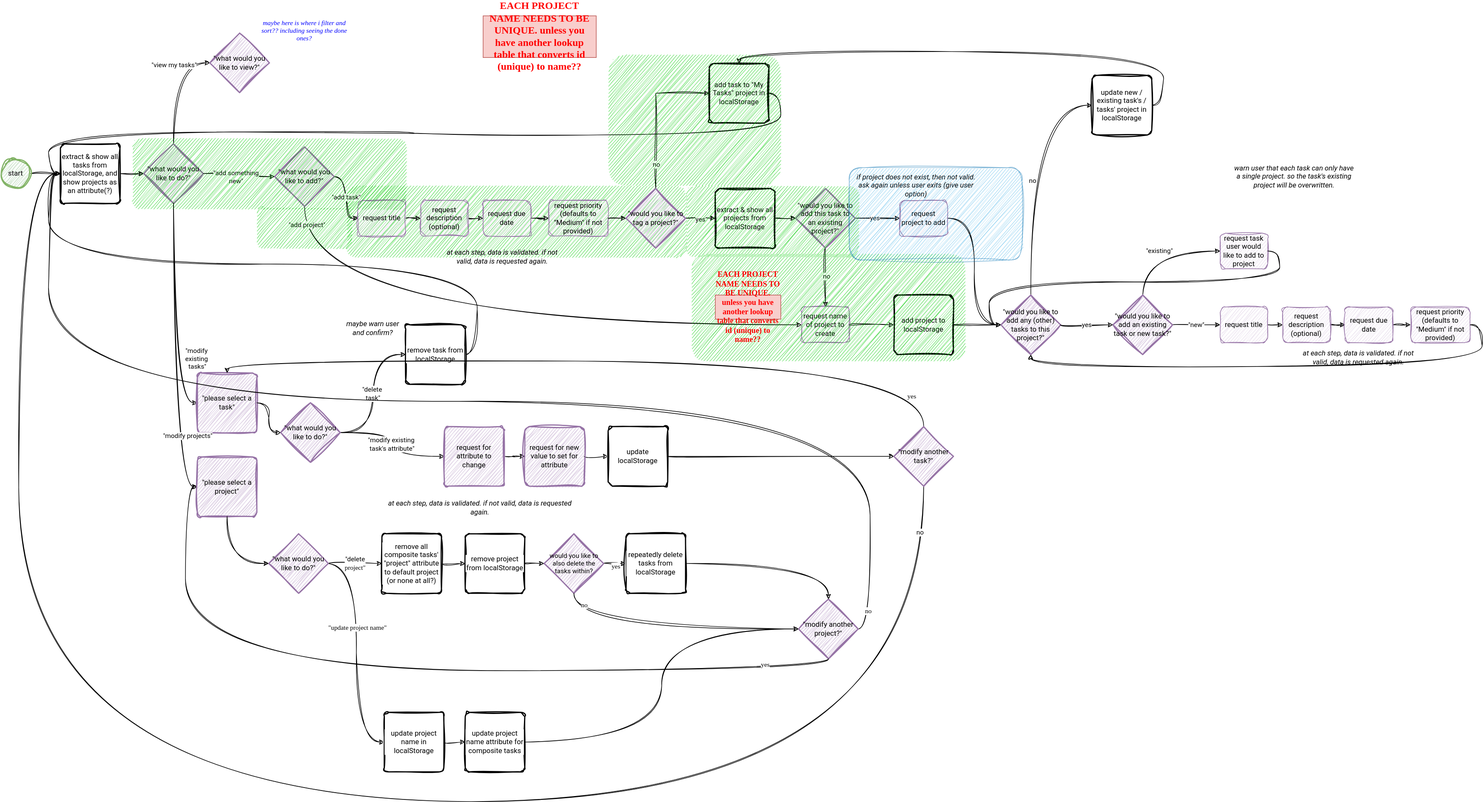
henrylin03/tasks keeps this draw.io diagram as docs/console-flow.svg. Above is the earlier version. Source tidied: cells renumbered, new cells last; positions are measured from the earlier drawing's top-left corner, leaving out a move shared by most shapes.
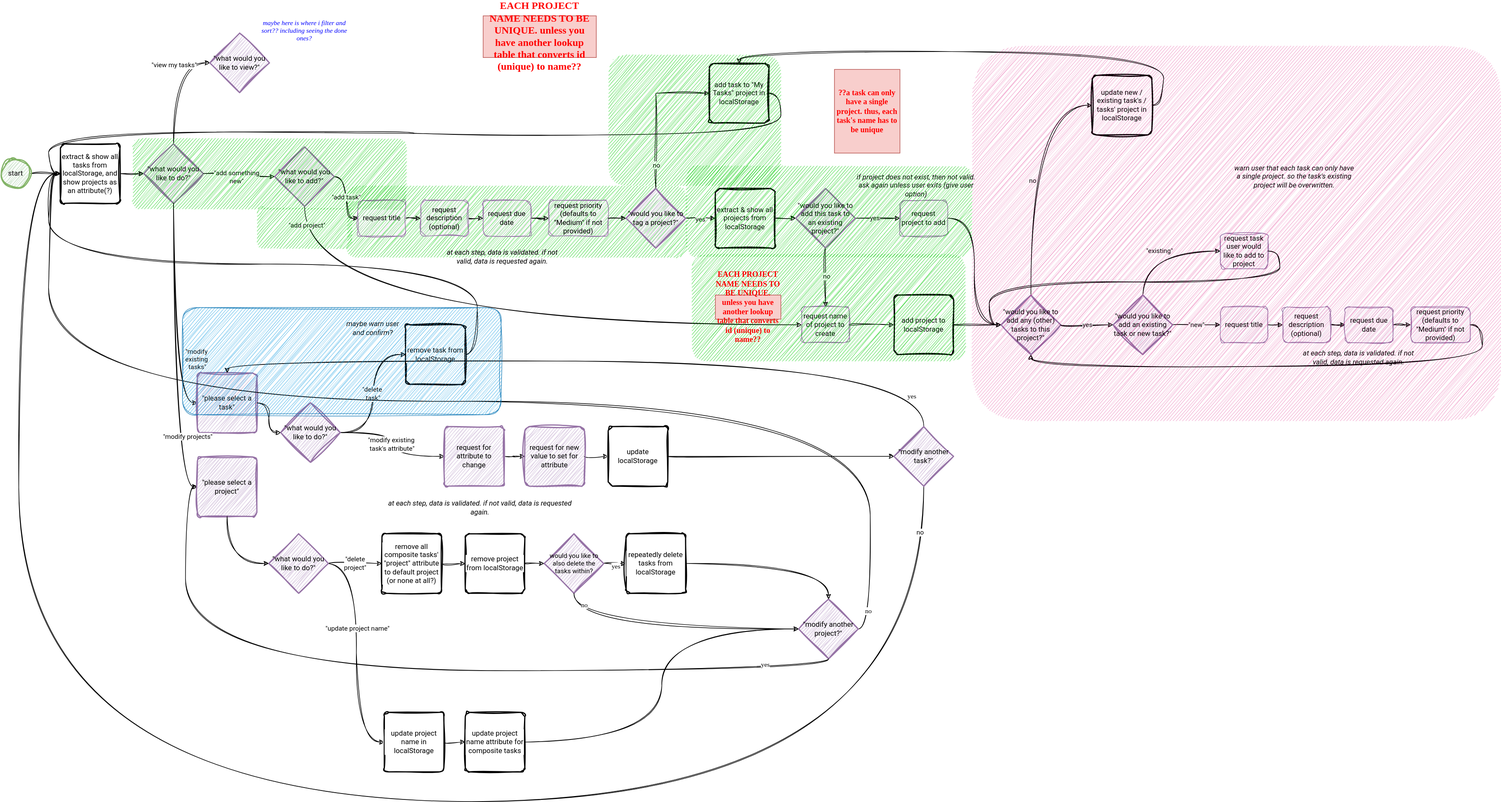
Above is the later version.

Commit message:
add function to find array of projects that have a given task name

we presume here that a task can be mapped to multiple projects. this might change

Diff of the diagram source:
```diff
@@ -208,7 +208,7 @@
     <mxCell id="67" value="&lt;font&gt;&quot;modify existing&amp;nbsp;&lt;/font&gt;&lt;div&gt;&lt;font&gt;task's attribute&quot;&lt;/font&gt;&lt;/div&gt;" style="edgeStyle=orthogonalEdgeStyle;curved=1;rounded=0;sketch=1;hachureGap=4;jiggle=2;curveFitting=1;jettySize=auto;html=1;exitX=1;exitY=0.5;exitDx=0;exitDy=0;exitPerimeter=0;entryX=0;entryY=0.5;entryDx=0;entryDy=0;strokeColor=default;align=center;verticalAlign=middle;fontFamily=Roboto;fontSource=https%3A%2F%2Ffonts.googleapis.com%2Fcss%3Ffamily%3DRoboto;fontSize=11;fontColor=default;labelBackgroundColor=default;endArrow=classic;" parent="1" edge="1" source="68" target="75">
       <mxGeometry relative="1" as="geometry" />
     </mxCell>
-    <mxCell id="68" value="&quot;what would you like to do?&quot;" style="strokeWidth=2;html=1;shape=mxgraph.flowchart.decision;whiteSpace=wrap;sketch=1;hachureGap=4;jiggle=2;curveFitting=1;fontFamily=Roboto;fontSource=https%3A%2F%2Ffonts.googleapis.com%2Fcss%3Ffamily%3DRoboto;fillColor=#e1d5e7;strokeColor=#9673a6;" parent="1" vertex="1">
+    <mxCell id="68" value="&quot;what would you like to do?&quot;" style="strokeWidth=2;html=1;shape=mxgraph.flowchart.decision;whiteSpace=wrap;hachureGap=4;fontFamily=Roboto;fontSource=https%3A%2F%2Ffonts.googleapis.com%2Fcss%3Ffamily%3DRoboto;fillColor=#e1d5e7;strokeColor=#9673a6;sketch=1;curveFitting=1;jiggle=2;" parent="1" vertex="1">
       <mxGeometry x="470" y="650" width="100" height="100" as="geometry" />
     </mxCell>
     <mxCell id="69" value="&lt;font&gt;&quot;modify&amp;nbsp;&lt;/font&gt;&lt;div&gt;&lt;font&gt;existing&amp;nbsp;&lt;/font&gt;&lt;/div&gt;&lt;div&gt;&lt;font&gt;tasks&quot;&lt;/font&gt;&lt;/div&gt;" style="edgeStyle=orthogonalEdgeStyle;curved=1;rounded=0;sketch=1;hachureGap=4;jiggle=2;curveFitting=1;jettySize=auto;html=1;exitX=0.5;exitY=1;exitDx=0;exitDy=0;exitPerimeter=0;entryX=0;entryY=0.5;entryDx=0;entryDy=0;strokeColor=default;align=center;verticalAlign=middle;fontFamily=Roboto;fontSource=https%3A%2F%2Ffonts.googleapis.com%2Fcss%3Ffamily%3DRoboto;fontSize=11;fontColor=default;labelBackgroundColor=default;endArrow=classic;" parent="1" edge="1" source="17" target="73">
@@ -270,16 +270,16 @@
     <mxCell id="85" style="edgeStyle=orthogonalEdgeStyle;curved=1;rounded=0;sketch=1;hachureGap=4;jiggle=2;curveFitting=1;orthogonalLoop=1;jettySize=auto;html=1;exitX=0.5;exitY=1;exitDx=0;exitDy=0;strokeColor=default;align=center;verticalAlign=middle;fontFamily=Roboto;fontSource=https%3A%2F%2Ffonts.googleapis.com%2Fcss%3Ffamily%3DRoboto;fontSize=11;fontColor=default;labelBackgroundColor=default;endArrow=classic;" parent="1" edge="1" source="72" target="72">
       <mxGeometry relative="1" as="geometry" />
     </mxCell>
-    <mxCell id="86" value="&lt;font face=&quot;Roboto&quot;&gt;&quot;delete&lt;/font&gt;&lt;div&gt;&lt;font face=&quot;xoYTEXTtlDZzVQP9RDic&quot;&gt;project&quot;&lt;/font&gt;&lt;/div&gt;" style="edgeStyle=orthogonalEdgeStyle;curved=1;rounded=0;sketch=1;hachureGap=4;jiggle=2;curveFitting=1;jettySize=auto;html=1;exitX=1;exitY=0.5;exitDx=0;exitDy=0;exitPerimeter=0;strokeColor=default;align=center;verticalAlign=middle;fontFamily=Architects Daughter;fontSource=https%3A%2F%2Ffonts.googleapis.com%2Fcss%3Ffamily%3DArchitects%2BDaughter;fontSize=11;fontColor=default;labelBackgroundColor=default;endArrow=classic;entryX=0;entryY=0.5;entryDx=0;entryDy=0;" parent="1" edge="1" source="89" target="96">
+    <mxCell id="86" value="&lt;font face=&quot;Roboto&quot;&gt;&quot;delete&lt;/font&gt;&lt;div&gt;&lt;font face=&quot;Roboto&quot;&gt;project&quot;&lt;/font&gt;&lt;/div&gt;" style="edgeStyle=orthogonalEdgeStyle;curved=1;rounded=0;sketch=1;hachureGap=4;jiggle=2;curveFitting=1;jettySize=auto;html=1;exitX=1;exitY=0.5;exitDx=0;exitDy=0;exitPerimeter=0;strokeColor=default;align=center;verticalAlign=middle;fontFamily=Architects Daughter;fontSource=https%3A%2F%2Ffonts.googleapis.com%2Fcss%3Ffamily%3DArchitects%2BDaughter;fontSize=11;fontColor=default;labelBackgroundColor=default;endArrow=classic;entryX=0;entryY=0.5;entryDx=0;entryDy=0;" parent="1" edge="1" source="89" target="96">
       <mxGeometry relative="1" as="geometry" />
     </mxCell>
     <mxCell id="87" style="edgeStyle=orthogonalEdgeStyle;curved=1;rounded=0;sketch=1;hachureGap=4;jiggle=2;curveFitting=1;jettySize=auto;html=1;exitX=1;exitY=0.5;exitDx=0;exitDy=0;exitPerimeter=0;entryX=0;entryY=0.5;entryDx=0;entryDy=0;strokeColor=default;align=center;verticalAlign=middle;fontFamily=Architects Daughter;fontSource=https%3A%2F%2Ffonts.googleapis.com%2Fcss%3Ffamily%3DArchitects%2BDaughter;fontSize=11;fontColor=default;labelBackgroundColor=default;endArrow=classic;" parent="1" edge="1" source="89" target="108">
       <mxGeometry relative="1" as="geometry" />
     </mxCell>
-    <mxCell id="88" value="&quot;update project name&quot;" style="edgeLabel;html=1;align=center;verticalAlign=middle;sketch=1;hachureGap=4;jiggle=2;curveFitting=1;fontFamily=Architects Daughter;fontSource=https%3A%2F%2Ffonts.googleapis.com%2Fcss%3Ffamily%3DArchitects%2BDaughter;fontSize=11;fontColor=default;labelBackgroundColor=default;" parent="87" vertex="1">
+    <mxCell id="88" value="&lt;font face=&quot;Roboto&quot;&gt;&quot;update project name&quot;&lt;/font&gt;" style="edgeLabel;html=1;align=center;verticalAlign=middle;sketch=1;hachureGap=4;jiggle=2;curveFitting=1;fontFamily=Architects Daughter;fontSource=https%3A%2F%2Ffonts.googleapis.com%2Fcss%3Ffamily%3DArchitects%2BDaughter;fontSize=11;fontColor=default;labelBackgroundColor=default;" parent="87" vertex="1">
       <mxGeometry x="-0.21" y="1" relative="1" as="geometry" />
     </mxCell>
-    <mxCell id="89" value="&quot;what would you like to do?&quot;" style="strokeWidth=2;html=1;shape=mxgraph.flowchart.decision;whiteSpace=wrap;sketch=1;hachureGap=4;jiggle=2;curveFitting=1;fontFamily=Roboto;fontSource=https%3A%2F%2Ffonts.googleapis.com%2Fcss%3Ffamily%3DRoboto;fillColor=#e1d5e7;strokeColor=#9673a6;" parent="1" vertex="1">
+    <mxCell id="89" value="&quot;what would you like to do?&quot;" style="strokeWidth=2;html=1;shape=mxgraph.flowchart.decision;whiteSpace=wrap;hachureGap=4;fontFamily=Roboto;fontSource=https%3A%2F%2Ffonts.googleapis.com%2Fcss%3Ffamily%3DRoboto;fillColor=#e1d5e7;strokeColor=#9673a6;sketch=1;curveFitting=1;jiggle=2;" parent="1" vertex="1">
       <mxGeometry x="450" y="870" width="100" height="100" as="geometry" />
     </mxCell>
     <mxCell id="90" style="edgeStyle=orthogonalEdgeStyle;curved=1;rounded=0;sketch=1;hachureGap=4;jiggle=2;curveFitting=1;jettySize=auto;html=1;entryX=0;entryY=0.5;entryDx=0;entryDy=0;strokeColor=default;align=center;verticalAlign=middle;fontFamily=Architects Daughter;fontSource=https%3A%2F%2Ffonts.googleapis.com%2Fcss%3Ffamily%3DArchitects%2BDaughter;fontSize=11;fontColor=default;labelBackgroundColor=default;endArrow=classic;exitX=0.5;exitY=1;exitDx=0;exitDy=0;exitPerimeter=0;" parent="1" edge="1" source="17" target="109">
@@ -383,10 +383,16 @@
       <mxGeometry x="1200" y="469" width="110" height="40.5" as="geometry" />
     </mxCell>
     <mxCell id="122" style="rounded=1;whiteSpace=wrap;html=1;sketch=1;hachureGap=4;jiggle=2;curveFitting=1;fontFamily=Architects Daughter;fontSource=https%3A%2F%2Ffonts.googleapis.com%2Fcss%3Ffamily%3DArchitects%2BDaughter;fontSize=11;labelBackgroundColor=default;fillColor=#00CC00;strokeColor=none;opacity=80;labelPosition=center;verticalLabelPosition=top;align=center;verticalAlign=bottom;" parent="1" vertex="1">
-      <mxGeometry x="1150" y="285" width="290" height="120" as="geometry" />
+      <mxGeometry x="1150" y="250" width="480" height="155" as="geometry" />
     </mxCell>
-    <mxCell id="123" style="rounded=1;whiteSpace=wrap;html=1;sketch=1;hachureGap=4;jiggle=2;curveFitting=1;fontFamily=Architects Daughter;fontSource=https%3A%2F%2Ffonts.googleapis.com%2Fcss%3Ffamily%3DArchitects%2BDaughter;fontSize=11;labelBackgroundColor=default;fillColor=#1ba1e2;strokeColor=#006EAF;opacity=50;labelPosition=center;verticalLabelPosition=top;align=center;verticalAlign=bottom;fontColor=#ffffff;" parent="1" vertex="1">
-      <mxGeometry x="1425" y="255" width="290" height="155" as="geometry" />
-    </mxCell>
+    <mxCell id="124" style="rounded=1;whiteSpace=wrap;html=1;sketch=1;hachureGap=4;jiggle=2;curveFitting=1;fontFamily=Architects Daughter;fontSource=https%3A%2F%2Ffonts.googleapis.com%2Fcss%3Ffamily%3DArchitects%2BDaughter;fontSize=11;labelBackgroundColor=default;fillColor=#d80073;strokeColor=none;opacity=40;labelPosition=center;verticalLabelPosition=top;align=center;verticalAlign=bottom;fontColor=#ffffff;" parent="1" vertex="1">
+      <mxGeometry x="1630" y="50" width="890" height="630" as="geometry" />
+    </mxCell>
+    <mxCell id="125" style="rounded=1;whiteSpace=wrap;html=1;sketch=1;hachureGap=4;jiggle=2;curveFitting=1;fontFamily=Architects Daughter;fontSource=https%3A%2F%2Ffonts.googleapis.com%2Fcss%3Ffamily%3DArchitects%2BDaughter;fontSize=11;labelBackgroundColor=default;fillColor=#1ba1e2;strokeColor=#006EAF;opacity=80;labelPosition=center;verticalLabelPosition=top;align=center;verticalAlign=bottom;fontColor=#ffffff;" parent="1" vertex="1">
+      <mxGeometry x="305" y="490" width="535" height="180" as="geometry" />
+    </mxCell>
+    <mxCell id="126" value="&lt;b&gt;&lt;font style=&quot;font-size: 13px;&quot;&gt;??a task can only have a single project. thus, each task's name has to be unique&lt;/font&gt;&lt;/b&gt;" style="text;html=1;align=center;verticalAlign=middle;whiteSpace=wrap;rounded=0;fontFamily=Architects Daughter;fontSource=https%3A%2F%2Ffonts.googleapis.com%2Fcss%3Ffamily%3DArchitects%2BDaughter;fontSize=11;labelBackgroundColor=none;fillColor=#f8cecc;strokeColor=#b85450;fontColor=#FF0000;" parent="1" vertex="1">
+      <mxGeometry x="1400" y="90" width="110" height="140.5" as="geometry" />
+    </mxCell>
   </root>
 </mxGraphModel>
```
